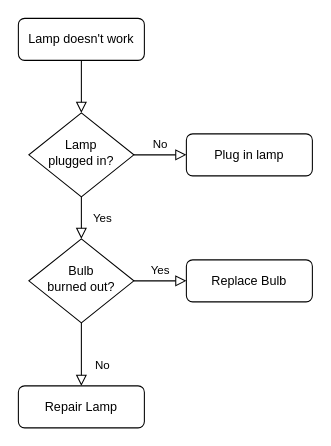
This is 未命名绘图.drawio from brainee/diagrams, a draw.io file, before an edit. Source tidied: cells renumbered, new cells numbered last; positions are measured from the earlier drawing's top-left corner, leaving out a move shared by most shapes. Both pictures are drawn from the tidied source at 105%, with x=0, y=0 at pixel (18, 18).
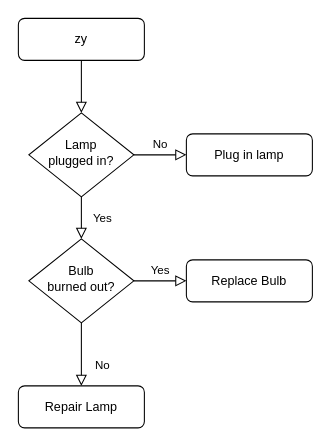
The same page after the edit.

The edit, as a diff of the source:
```diff
@@
 <mxGraphModel>
   <root>
     <mxCell id="0" />
     <mxCell id="1" parent="0" />
     <mxCell id="2" style="rounded=0;html=1;jettySize=auto;fontSize=11;endArrow=block;endFill=0;endSize=8;strokeWidth=1;shadow=0;labelBackgroundColor=none;edgeStyle=orthogonalEdgeStyle;" parent="1" edge="1" source="3" target="6">
       <mxGeometry relative="1" as="geometry" />
     </mxCell>
-    <mxCell id="3" value="Lamp doesn't work" style="rounded=1;whiteSpace=wrap;html=1;fontSize=12;glass=0;strokeWidth=1;shadow=0;" parent="1" vertex="1">
+    <mxCell id="3" value="zy&lt;br&gt;" style="rounded=1;whiteSpace=wrap;html=1;fontSize=12;glass=0;strokeWidth=1;shadow=0;" parent="1" vertex="1">
       <mxGeometry width="120" height="40" as="geometry" />
     </mxCell>
     <mxCell id="4" value="Yes" style="rounded=0;html=1;jettySize=auto;fontSize=11;endArrow=block;endFill=0;endSize=8;strokeWidth=1;shadow=0;labelBackgroundColor=none;edgeStyle=orthogonalEdgeStyle;" parent="1" edge="1" source="6" target="10">
       <mxGeometry y="20" relative="1" as="geometry" />
     </mxCell>
     <mxCell id="5" value="No" style="edgeStyle=orthogonalEdgeStyle;rounded=0;html=1;jettySize=auto;fontSize=11;endArrow=block;endFill=0;endSize=8;strokeWidth=1;shadow=0;labelBackgroundColor=none;" parent="1" edge="1" source="6" target="7">
       <mxGeometry y="10" relative="1" as="geometry" />
     </mxCell>
     <mxCell id="6" value="Lamp&lt;br&gt;plugged in?" style="rhombus;whiteSpace=wrap;html=1;shadow=0;fontFamily=Helvetica;fontSize=12;align=center;strokeWidth=1;spacing=6;spacingTop=-4;" parent="1" vertex="1">
       <mxGeometry x="10" y="90" width="100" height="80" as="geometry" />
     </mxCell>
     <mxCell id="7" value="Plug in lamp" style="rounded=1;whiteSpace=wrap;html=1;fontSize=12;glass=0;strokeWidth=1;shadow=0;" parent="1" vertex="1">
       <mxGeometry x="160" y="110" width="120" height="40" as="geometry" />
     </mxCell>
     <mxCell id="8" value="No" style="rounded=0;html=1;jettySize=auto;fontSize=11;endArrow=block;endFill=0;endSize=8;strokeWidth=1;shadow=0;labelBackgroundColor=none;edgeStyle=orthogonalEdgeStyle;" parent="1" edge="1" source="10" target="11">
       <mxGeometry x="0.33" y="20" relative="1" as="geometry" />
     </mxCell>
     <mxCell id="9" value="Yes" style="edgeStyle=orthogonalEdgeStyle;rounded=0;html=1;jettySize=auto;fontSize=11;endArrow=block;endFill=0;endSize=8;strokeWidth=1;shadow=0;labelBackgroundColor=none;" parent="1" edge="1" source="10" target="12">
       <mxGeometry y="10" relative="1" as="geometry" />
     </mxCell>
     <mxCell id="10" value="Bulb&lt;br&gt;burned out?" style="rhombus;whiteSpace=wrap;html=1;shadow=0;fontFamily=Helvetica;fontSize=12;align=center;strokeWidth=1;spacing=6;spacingTop=-4;" parent="1" vertex="1">
       <mxGeometry x="10" y="210" width="100" height="80" as="geometry" />
     </mxCell>
     <mxCell id="11" value="Repair Lamp" style="rounded=1;whiteSpace=wrap;html=1;fontSize=12;glass=0;strokeWidth=1;shadow=0;" parent="1" vertex="1">
       <mxGeometry y="350" width="120" height="40" as="geometry" />
     </mxCell>
     <mxCell id="12" value="Replace Bulb" style="rounded=1;whiteSpace=wrap;html=1;fontSize=12;glass=0;strokeWidth=1;shadow=0;" parent="1" vertex="1">
       <mxGeometry x="160" y="230" width="120" height="40" as="geometry" />
     </mxCell>
   </root>
 </mxGraphModel>
```
